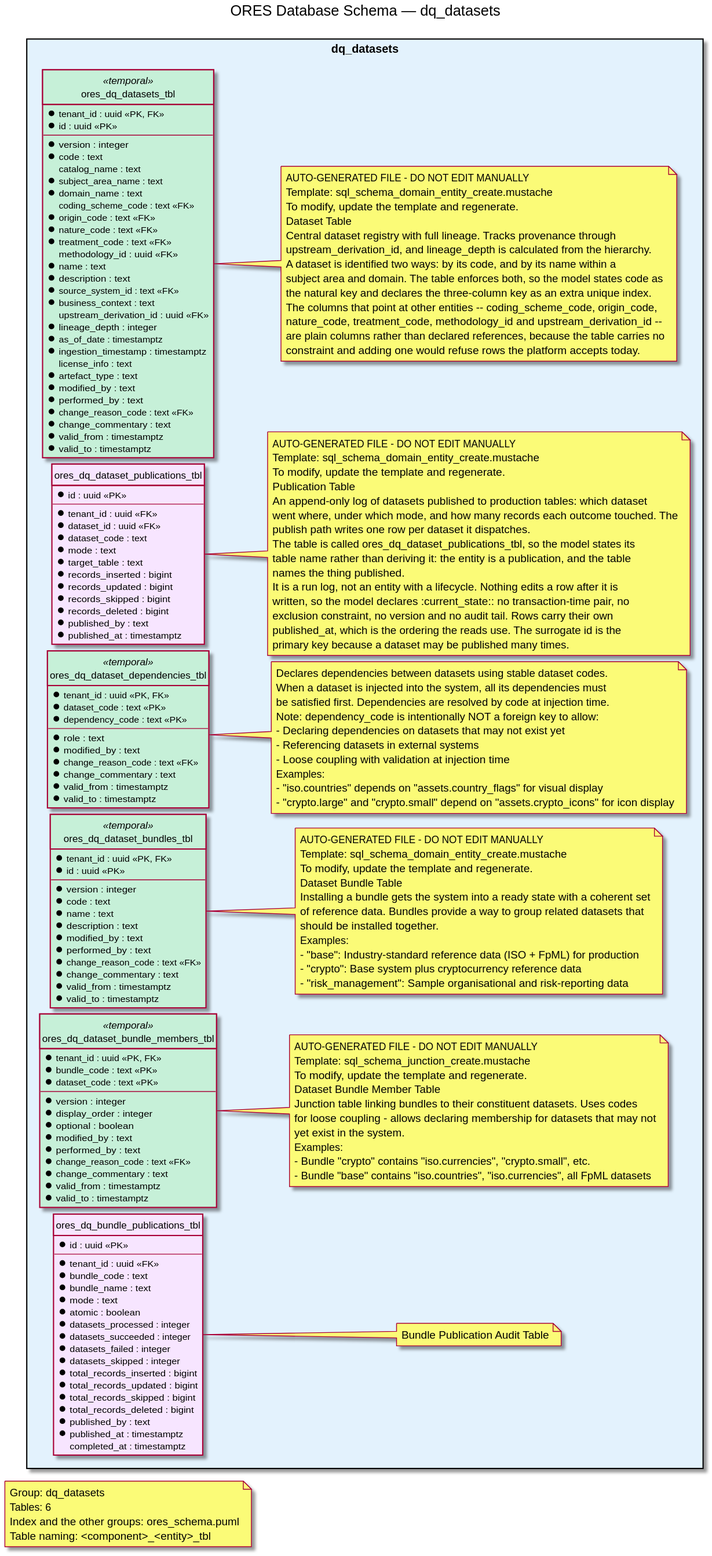
OreStudio/OreStudio keeps this PlantUML diagram as projects/ores.sql/modeling/ores_schema.dq_datasets.svg. Above is the earlier version.
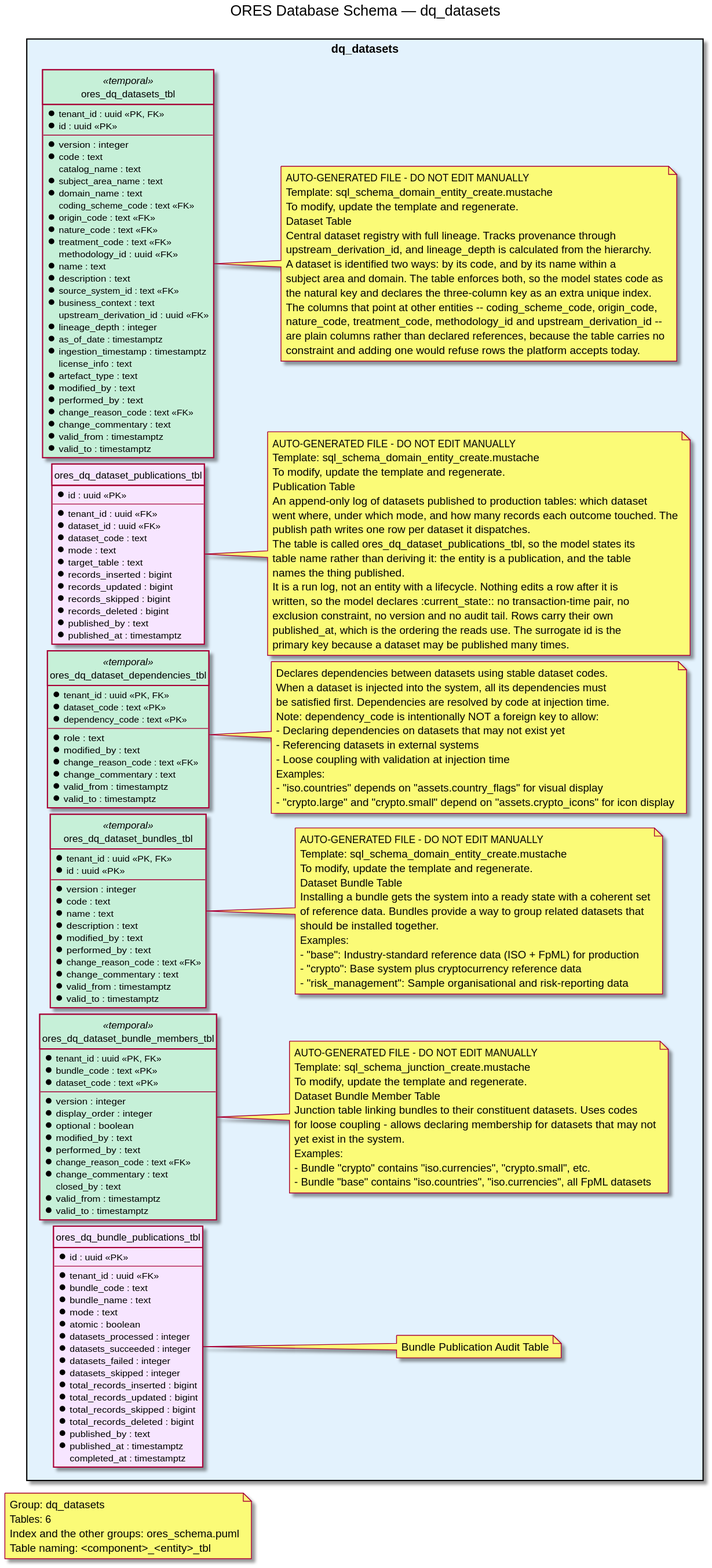
Later version of the same file.

Diff of the diagram source:
```diff
@@ -54,6 +54,7 @@
         * performed_by : text
         * change_reason_code : text <<FK>>
         * change_commentary : text
+          closed_by : text
         * valid_from : timestamptz
         * valid_to : timestamptz
     }
```
